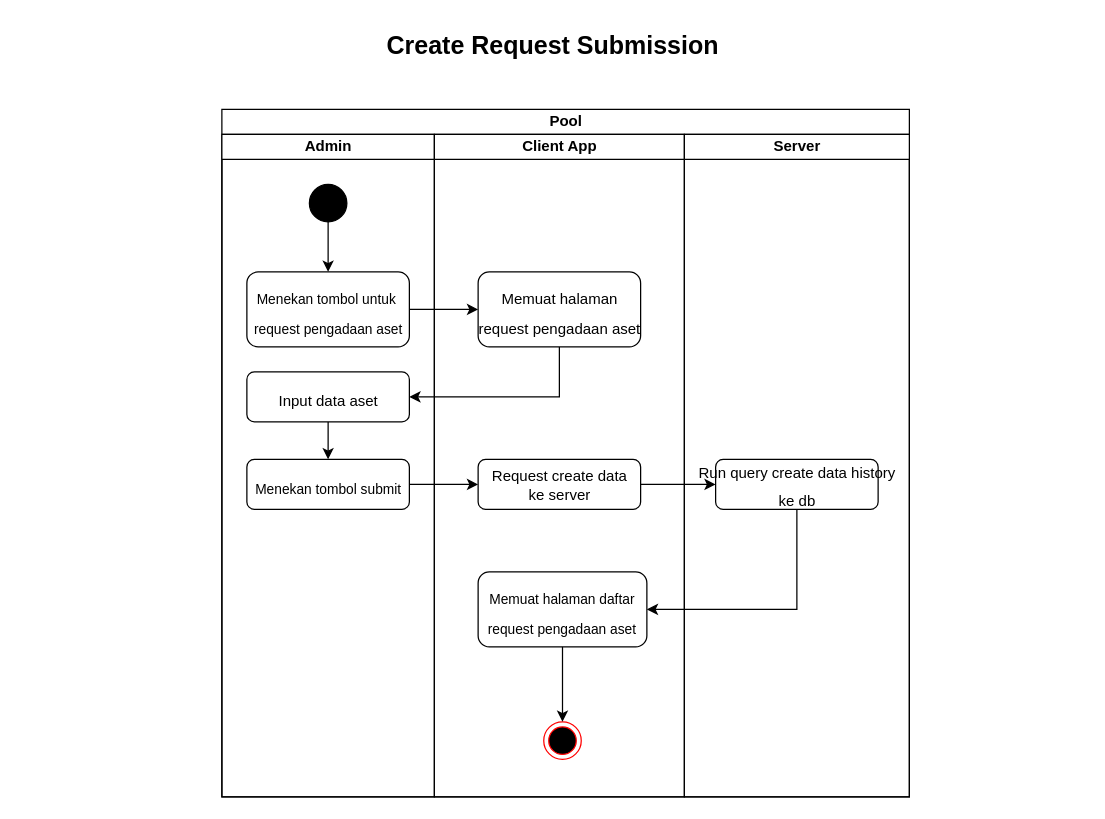
This is page "AD-Request Submission" (4 of 7) of Untitled Diagram.drawio from alifandartaa/BPMN-MCC72, a draw.io file, before an edit. Source tidied: cells renumbered, new cells numbered last; positions are measured from the earlier drawing's top-left corner, leaving out a move shared by most shapes. Both pictures are drawn from the tidied source at 125%, with x=0, y=0 at pixel (21, 21).
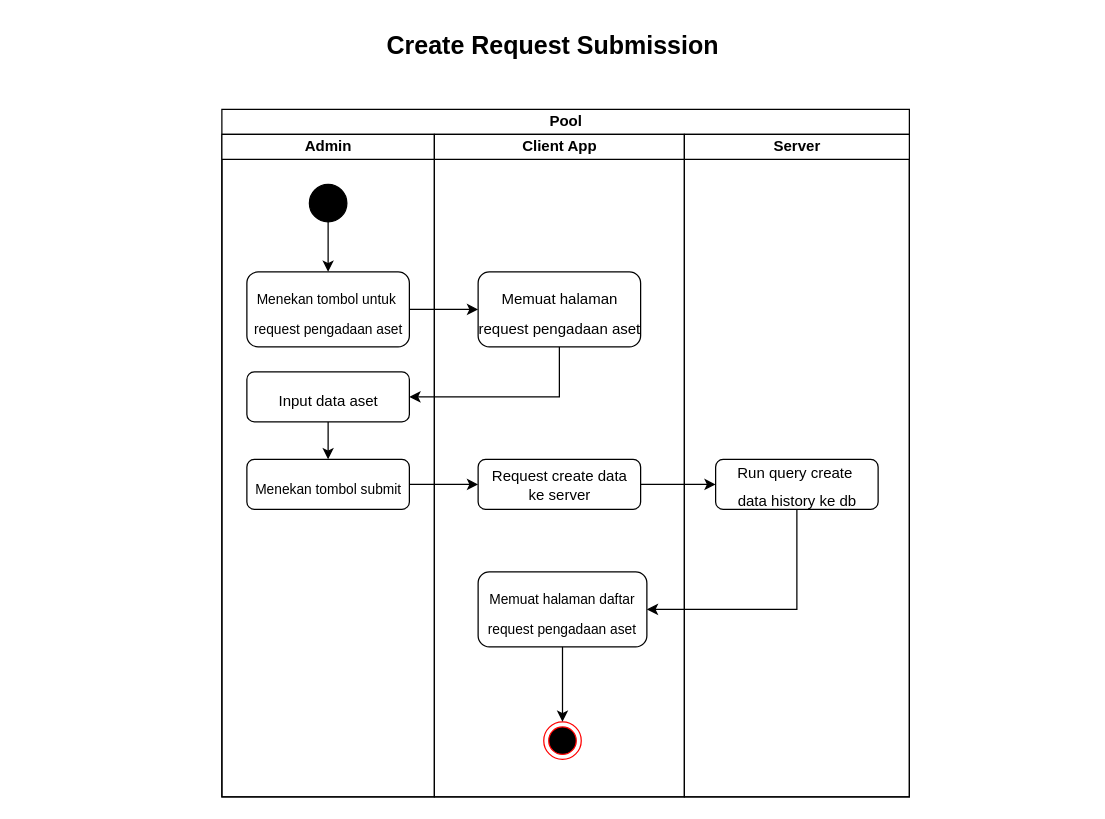
After the change.

Unchanged cells that the change refers to:
```xml
<mxCell id="16" value="Server" style="swimlane;startSize=20;html=1;" parent="2" vertex="1">
  <mxGeometry x="370" y="20" width="180" height="530" as="geometry" />
</mxCell>
```

Change to the diagram source:
```diff
@@
-    <mxCell id="17" value="&lt;p style=&quot;line-height: 0%;&quot;&gt;&lt;font style=&quot;font-size: 12px;&quot;&gt;Run query create data history&lt;/font&gt;&lt;/p&gt;&lt;p style=&quot;line-height: 0%;&quot;&gt;&lt;font style=&quot;font-size: 12px;&quot;&gt;ke db&lt;/font&gt;&lt;/p&gt;" style="html=1;dashed=0;whitespace=wrap;strokeColor=default;strokeWidth=1;fontSize=20;fillColor=#FFFFFF;rounded=1;" parent="16" vertex="1">
+    <mxCell id="17" value="&lt;p style=&quot;line-height: 0%;&quot;&gt;&lt;font style=&quot;font-size: 12px;&quot;&gt;Run query create&amp;nbsp;&lt;/font&gt;&lt;/p&gt;&lt;p style=&quot;line-height: 0%;&quot;&gt;&lt;font style=&quot;font-size: 12px;&quot;&gt;data history&amp;nbsp;&lt;/font&gt;&lt;span style=&quot;font-size: 12px; background-color: initial;&quot;&gt;ke db&lt;/span&gt;&lt;/p&gt;" style="html=1;dashed=0;whitespace=wrap;strokeColor=default;strokeWidth=1;fontSize=20;fillColor=#FFFFFF;rounded=1;" parent="16" vertex="1">
       <mxGeometry x="25" y="260" width="130" height="40" as="geometry" />
     </mxCell>
```
